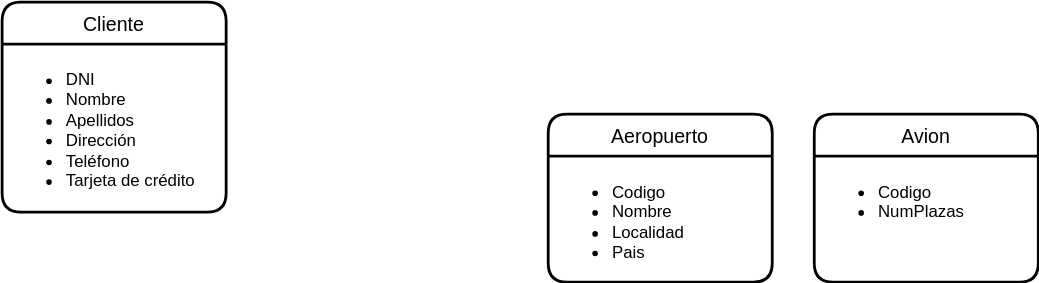
Jimxx22/C3-UD11-UML keeps this draw.io diagram as UD12-8.svg. Above is the earlier version. Source tidied: cells renumbered, new cells last; positions are measured from the earlier drawing's top-left corner, leaving out a move shared by most shapes.
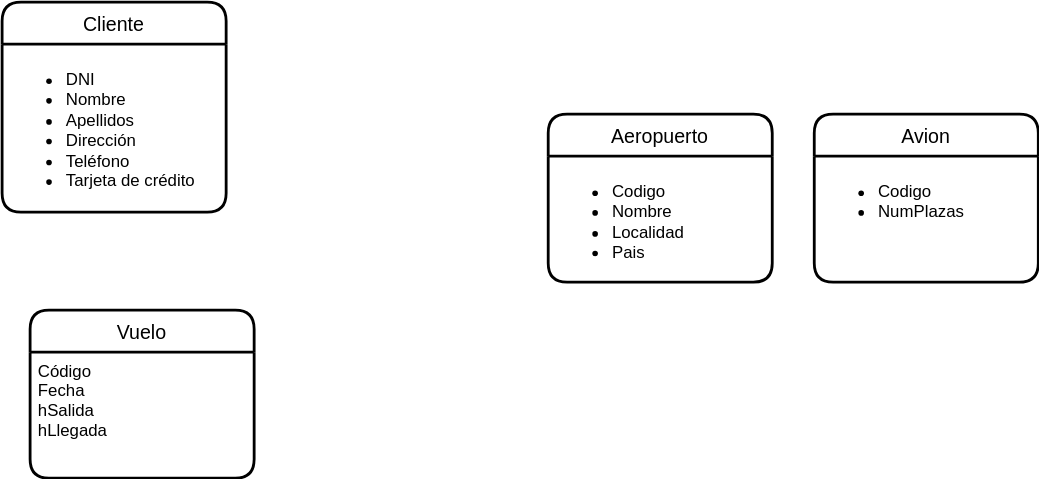
Later version of the same file.

The edit, as a diff of the source:
```diff
@@ -20,5 +20,11 @@
     <mxCell id="7" value="&lt;ul&gt;&lt;li&gt;Codigo&lt;/li&gt;&lt;li&gt;NumPlazas&lt;/li&gt;&lt;/ul&gt;" style="align=left;strokeColor=none;fillColor=none;spacingLeft=4;fontSize=12;verticalAlign=top;html=1;" parent="6" vertex="1">
       <mxGeometry y="30" width="160" height="90" as="geometry" />
     </mxCell>
+    <mxCell id="8" value="Vuelo" style="swimlane;horizontal=1;startSize=30;rounded=1;fontSize=14;fontStyle=0;strokeWidth=2;shadow=0;dashed=0;align=center;html=0;" parent="1" vertex="1">
+      <mxGeometry x="20" y="220" width="160" height="120" as="geometry" />
+    </mxCell>
+    <mxCell id="9" value="Código&#10;Fecha&#10;hSalida&#10;hLlegada&#10;&#10;&#10;" style="align=left;strokeColor=none;fillColor=none;spacingLeft=4;fontSize=12;verticalAlign=top;html=0;" parent="8" vertex="1">
+      <mxGeometry y="30" width="160" height="90" as="geometry" />
+    </mxCell>
   </root>
 </mxGraphModel>
```
